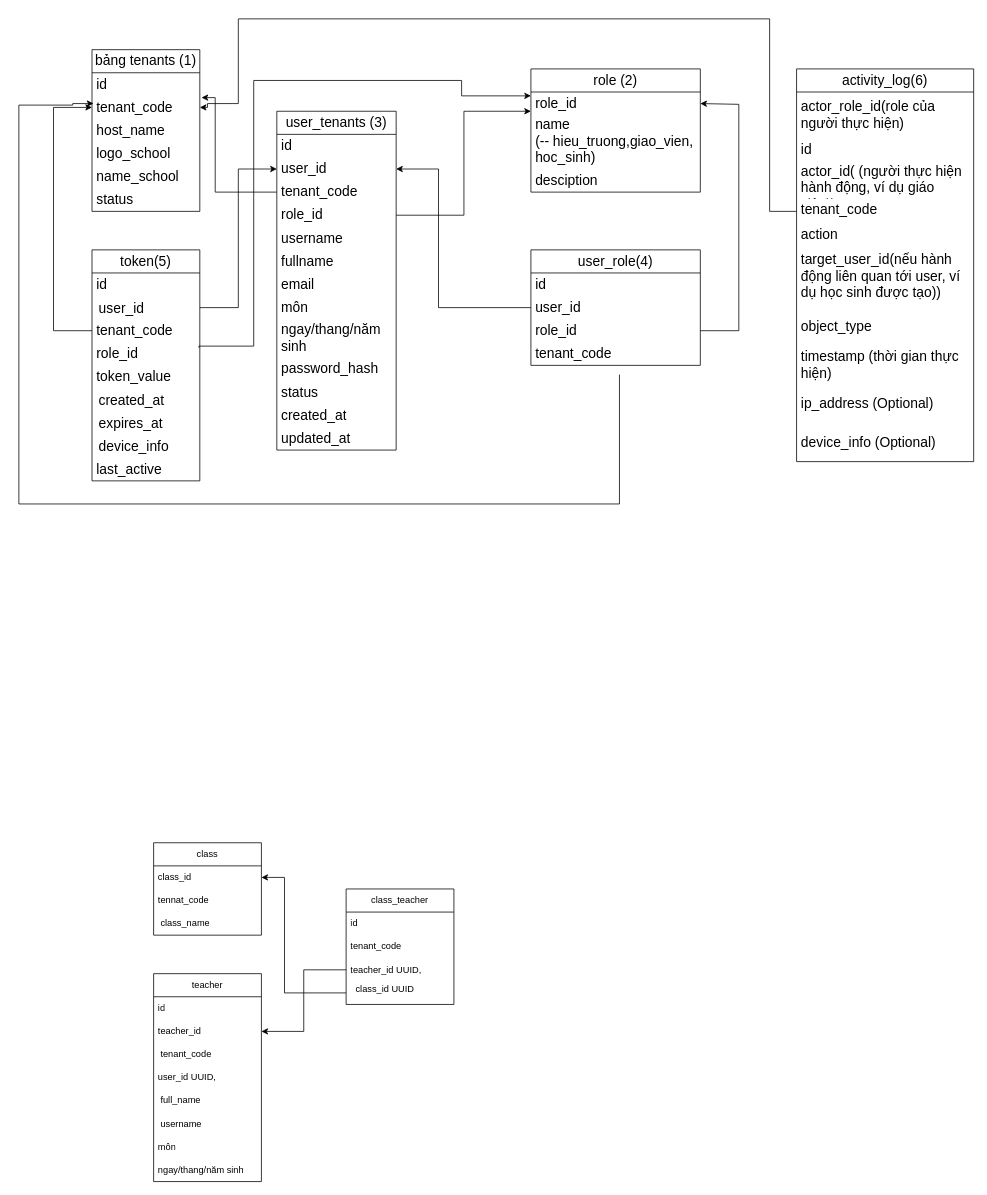
Earlier version of the draw.io diagram csdlstudy.drawio (vuongnd03/black-had). Source tidied: cells renumbered, new cells numbered last; positions are measured from the earlier drawing's top-left corner, leaving out a move shared by most shapes. Both pictures are drawn from the tidied source at 77%, with x=0, y=0 at pixel (18, 18).
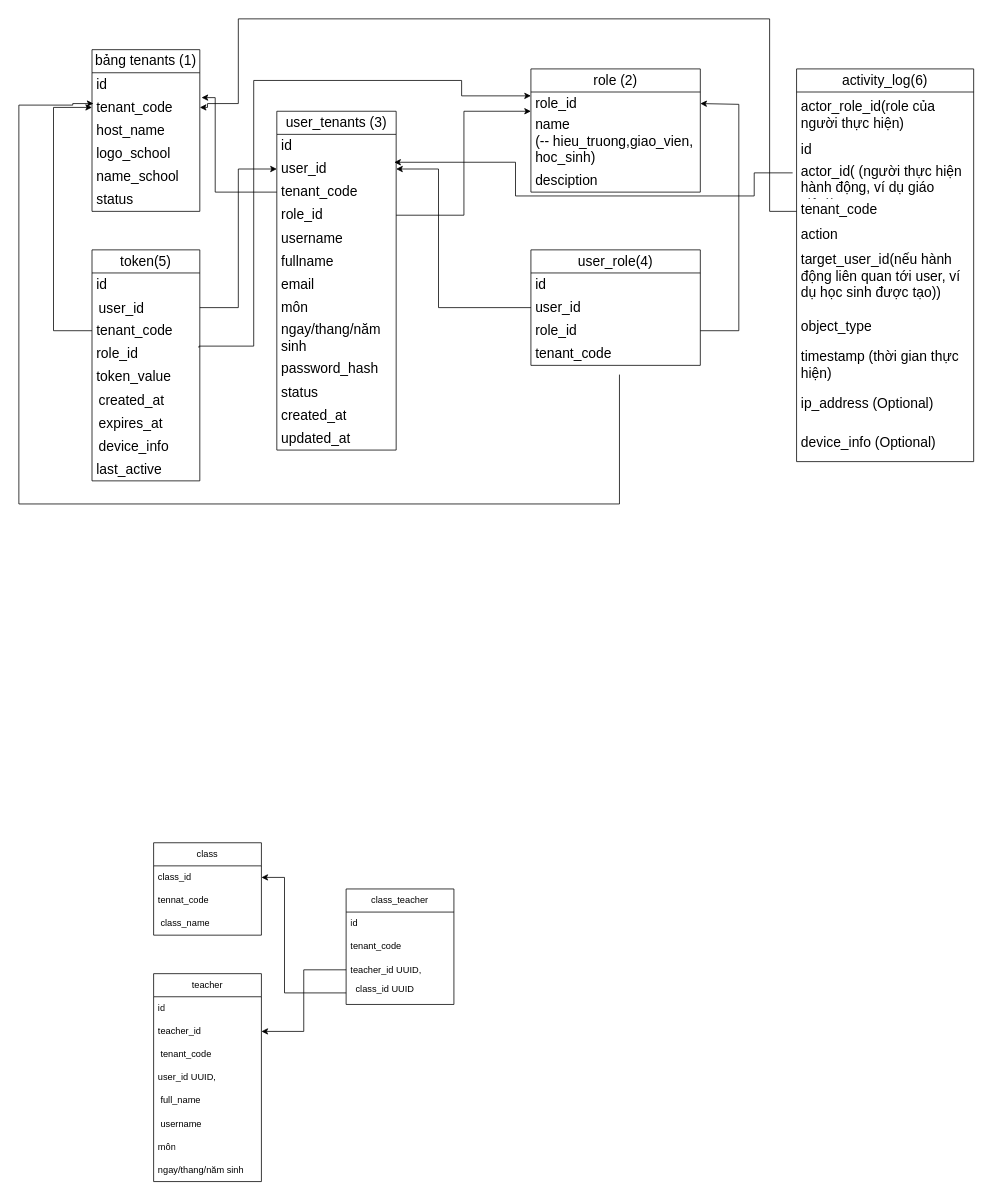
The same diagram, later.

Unchanged cells that the change refers to:
```xml
<mxCell id="15" value="&lt;font style=&quot;font-size: 18px;&quot;&gt;user_id&lt;/font&gt;" style="text;strokeColor=none;fillColor=none;align=left;verticalAlign=middle;spacingLeft=4;spacingRight=4;overflow=hidden;points=[[0,0.5],[1,0.5]];portConstraint=eastwest;whiteSpace=wrap;html=1;" parent="13" vertex="1">
  <mxGeometry y="60" width="155" height="30" as="geometry" />
</mxCell>
<mxCell id="47" value="&lt;font style=&quot;font-size: 18px;&quot;&gt;actor_id( (người thực hiện hành động, ví dụ giáo viên))&lt;/font&gt;" style="text;strokeColor=none;fillColor=none;align=left;verticalAlign=middle;spacingLeft=4;spacingRight=4;overflow=hidden;points=[[0,0.5],[1,0.5]];portConstraint=eastwest;whiteSpace=wrap;html=1;" parent="44" vertex="1">
  <mxGeometry y="120" width="230" height="50" as="geometry" />
</mxCell>
```

The edit, as a diff of the source:
```diff
@@
+    <mxCell id="82" style="edgeStyle=orthogonalEdgeStyle;rounded=0;jettySize=auto;html=1;entryX=0.984;entryY=0.208;entryDx=0;entryDy=0;entryPerimeter=0;exitX=-0.022;exitY=0.3;exitDx=0;exitDy=0;exitPerimeter=0;" parent="1" edge="1" source="47" target="15">
+      <mxGeometry relative="1" as="geometry">
+        <Array as="points">
+          <mxPoint x="955" y="200" />
+          <mxPoint x="955" y="230" />
+          <mxPoint x="645" y="230" />
+          <mxPoint x="645" y="186" />
+        </Array>
+      </mxGeometry>
+    </mxCell>
```
